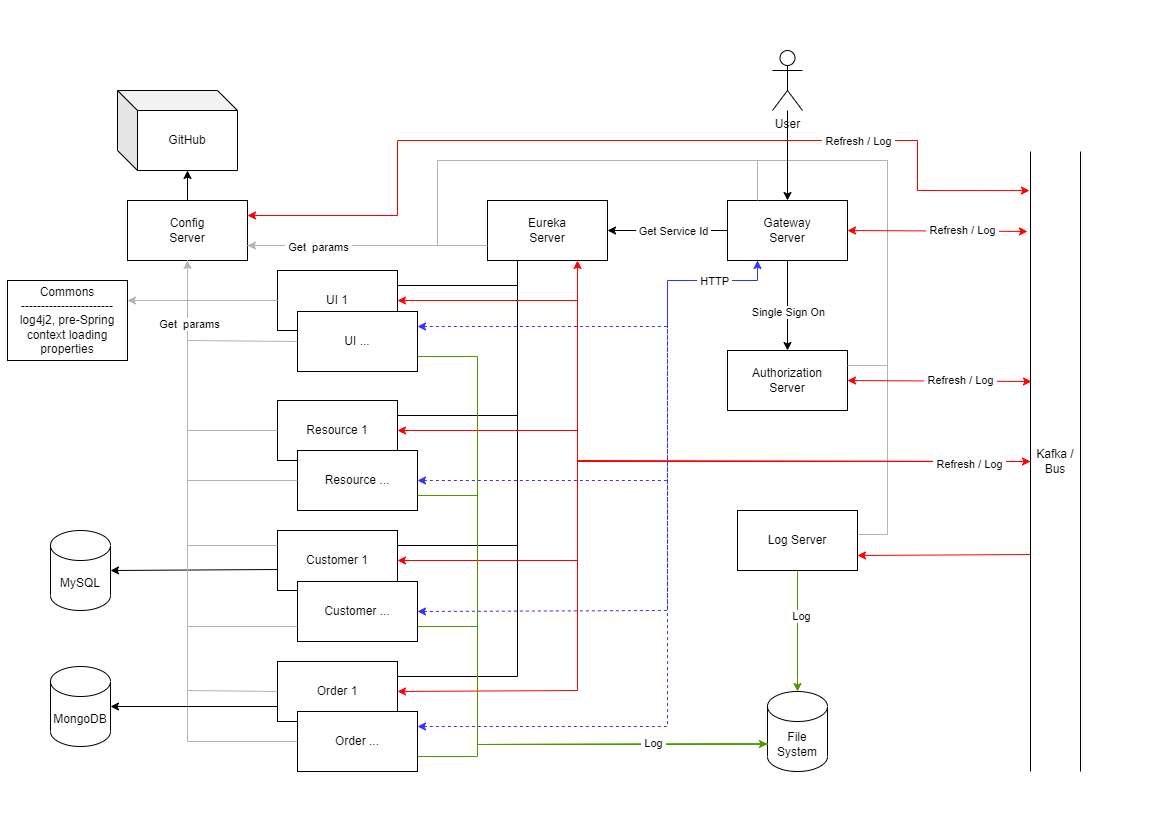
arslucky/spring-projects keeps this draw.io diagram as oauth2/oauth2.drawio.png. Above is the earlier version. Source tidied: cells renumbered, new cells last; positions are measured from the earlier drawing's top-left corner, leaving out a move shared by most shapes.
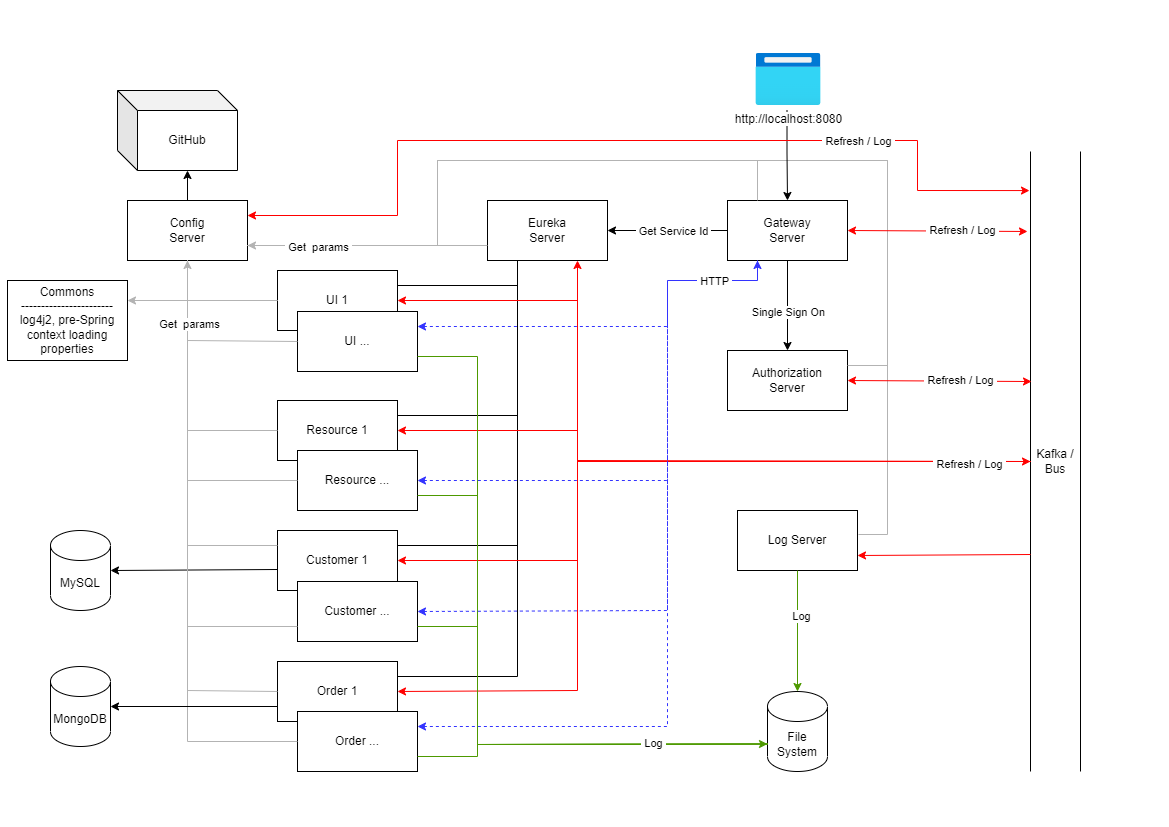
Above is the later version.

Commit message:
added web browser instead of actor on diagram

Change to the diagram source:
```diff
@@ -202,14 +202,11 @@
     <mxCell id="43" value="&amp;nbsp;Get&amp;nbsp; params&amp;nbsp;" style="edgeLabel;html=1;align=center;verticalAlign=middle;" parent="42" vertex="1">
       <mxGeometry x="-0.88" y="-1" relative="1" as="geometry" />
     </mxCell>
-    <mxCell id="44" style="edgeStyle=orthogonalEdgeStyle;rounded=0;jettySize=auto;html=1;align=center;verticalAlign=top;" parent="1" edge="1" source="45">
+    <mxCell id="44" style="edgeStyle=orthogonalEdgeStyle;rounded=0;jettySize=auto;html=1;align=center;verticalAlign=top;exitX=0.477;exitY=1.096;exitDx=0;exitDy=0;exitPerimeter=0;" parent="1" edge="1" source="74">
       <mxGeometry relative="1" as="geometry">
         <mxPoint x="780" y="150" as="targetPoint" />
       </mxGeometry>
     </mxCell>
-    <mxCell id="45" value="User" style="shape=umlActor;verticalLabelPosition=bottom;verticalAlign=top;html=1;outlineConnect=0;" parent="1" vertex="1">
-      <mxGeometry x="765" width="30" height="60" as="geometry" />
-    </mxCell>
     <mxCell id="46" style="endArrow=classic;html=1;rounded=0;exitX=0.75;exitY=1;exitDx=0;exitDy=0;strokeColor=#FF0000;endFill=1;entryX=0.5;entryY=1;entryDx=0;entryDy=0;startArrow=classic;startFill=1;" parent="1" edge="1" source="6" target="18">
       <mxGeometry relative="1" as="geometry">
         <Array as="points">
@@ -380,5 +377,8 @@
     <mxCell id="73" style="endArrow=none;html=1;rounded=0;exitX=1;exitY=0.25;exitDx=0;exitDy=0;entryX=0;entryY=0.5;entryDx=0;entryDy=0;strokeColor=#B3B3B3;startArrow=classic;startFill=1;" parent="1" edge="1" source="72" target="7">
       <mxGeometry relative="1" as="geometry" />
     </mxCell>
+    <mxCell id="74" value="http://localhost:8080" style="image;html=1;points=[];align=center;fontSize=12;image=img/lib/azure2/general/Browser.svg;" parent="1" vertex="1">
+      <mxGeometry x="748.5" y="3" width="65" height="52" as="geometry" />
+    </mxCell>
   </root>
 </mxGraphModel>
```
